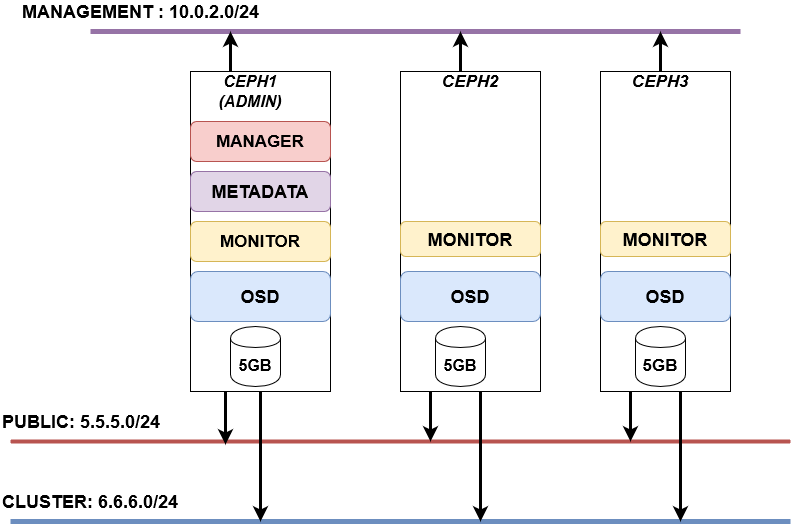
This is Linux/CEPH/img/cephdiagram.png from nthung98/Tong_Hop_Note, a draw.io export, as it was before one commit. Source tidied: cells renumbered, new cells last; positions are measured from the earlier drawing's top-left corner, leaving out a move shared by most shapes. Its diagram source:
```xml
<mxGraphModel background="#ffffff">
  <root>
    <mxCell id="0" />
    <mxCell id="1" parent="0" />
    <mxCell id="2" style="rounded=0;whiteSpace=wrap;html=1;" parent="1" vertex="1">
      <mxGeometry x="190" y="70" width="140" height="320" as="geometry" />
    </mxCell>
    <mxCell id="3" style="rounded=0;whiteSpace=wrap;html=1;" parent="1" vertex="1">
      <mxGeometry x="400" y="70" width="140" height="320" as="geometry" />
    </mxCell>
    <mxCell id="4" style="rounded=0;whiteSpace=wrap;html=1;" parent="1" vertex="1">
      <mxGeometry x="600" y="70" width="130" height="320" as="geometry" />
    </mxCell>
    <mxCell id="5" value="&lt;font style=&quot;font-size: 18px&quot;&gt;&lt;b&gt;&lt;font style=&quot;font-size: 18px&quot;&gt;OSD&lt;/font&gt;&lt;/b&gt;&lt;/font&gt;" style="rounded=1;whiteSpace=wrap;html=1;fillColor=#dae8fc;strokeColor=#6c8ebf;" parent="1" vertex="1">
      <mxGeometry x="190" y="270" width="140" height="50" as="geometry" />
    </mxCell>
    <mxCell id="6" value="&lt;b&gt;&lt;font style=&quot;font-size: 18px&quot;&gt;OSD&lt;/font&gt;&lt;/b&gt;" style="rounded=1;whiteSpace=wrap;html=1;fillColor=#dae8fc;strokeColor=#6c8ebf;" parent="1" vertex="1">
      <mxGeometry x="400" y="270" width="140" height="50" as="geometry" />
    </mxCell>
    <mxCell id="7" value="&lt;b&gt;&lt;font style=&quot;font-size: 18px&quot;&gt;OSD&lt;/font&gt;&lt;/b&gt;" style="rounded=1;whiteSpace=wrap;html=1;fillColor=#dae8fc;strokeColor=#6c8ebf;" parent="1" vertex="1">
      <mxGeometry x="600" y="270" width="130" height="50" as="geometry" />
    </mxCell>
    <mxCell id="8" style="endArrow=none;html=1;strokeWidth=5;fillColor=#e1d5e7;strokeColor=#9673a6;" parent="1" edge="1">
      <mxGeometry relative="1" as="geometry">
        <mxPoint x="90" y="30" as="sourcePoint" />
        <mxPoint x="740" y="30" as="targetPoint" />
      </mxGeometry>
    </mxCell>
    <mxCell id="9" style="endArrow=none;html=1;strokeWidth=4;fillColor=#f8cecc;strokeColor=#b85450;" parent="1" edge="1">
      <mxGeometry relative="1" as="geometry">
        <mxPoint x="10" y="440" as="sourcePoint" />
        <mxPoint x="790" y="440" as="targetPoint" />
      </mxGeometry>
    </mxCell>
    <mxCell id="10" style="endArrow=none;html=1;strokeWidth=5;fillColor=#dae8fc;strokeColor=#6c8ebf;" parent="1" edge="1">
      <mxGeometry relative="1" as="geometry">
        <mxPoint x="10" y="520" as="sourcePoint" />
        <mxPoint x="790" y="520" as="targetPoint" />
      </mxGeometry>
    </mxCell>
    <mxCell id="11" value="&lt;b&gt;&lt;i&gt;&lt;font style=&quot;font-size: 16px&quot;&gt;CEPH1 (ADMIN)&lt;/font&gt;&lt;/i&gt;&lt;/b&gt;" style="text;html=1;strokeColor=none;fillColor=none;align=center;verticalAlign=middle;whiteSpace=wrap;rounded=0;" parent="1" vertex="1">
      <mxGeometry x="230" y="80" width="40" height="20" as="geometry" />
    </mxCell>
    <mxCell id="12" value="&lt;font style=&quot;font-size: 17px&quot;&gt;&lt;i&gt;&lt;b&gt;CEPH2&lt;/b&gt;&lt;/i&gt;&lt;/font&gt;" style="text;html=1;strokeColor=none;fillColor=none;align=center;verticalAlign=middle;whiteSpace=wrap;rounded=0;" parent="1" vertex="1">
      <mxGeometry x="450" y="70" width="40" height="20" as="geometry" />
    </mxCell>
    <mxCell id="13" value="&lt;font style=&quot;font-size: 17px&quot;&gt;&lt;i&gt;&lt;b&gt;CEPH3&lt;/b&gt;&lt;/i&gt;&lt;/font&gt;" style="text;html=1;strokeColor=none;fillColor=none;align=center;verticalAlign=middle;whiteSpace=wrap;rounded=0;" parent="1" vertex="1">
      <mxGeometry x="640" y="70" width="40" height="20" as="geometry" />
    </mxCell>
    <mxCell id="14" value="&lt;font style=&quot;font-size: 16px&quot;&gt;&lt;b&gt;5GB&lt;/b&gt;&lt;/font&gt;" style="shape=cylinder;whiteSpace=wrap;html=1;boundedLbl=1;backgroundOutline=1;" parent="1" vertex="1">
      <mxGeometry x="230" y="325" width="50" height="60" as="geometry" />
    </mxCell>
    <mxCell id="15" value="&lt;font style=&quot;font-size: 16px&quot;&gt;&lt;b&gt;5GB&lt;/b&gt;&lt;/font&gt;" style="shape=cylinder;whiteSpace=wrap;html=1;boundedLbl=1;backgroundOutline=1;" parent="1" vertex="1">
      <mxGeometry x="435" y="325" width="50" height="60" as="geometry" />
    </mxCell>
    <mxCell id="16" value="&lt;font style=&quot;font-size: 17px&quot;&gt;&lt;b&gt;5GB&lt;/b&gt;&lt;/font&gt;" style="shape=cylinder;whiteSpace=wrap;html=1;boundedLbl=1;backgroundOutline=1;" parent="1" vertex="1">
      <mxGeometry x="635" y="325" width="50" height="60" as="geometry" />
    </mxCell>
    <mxCell id="17" value="&lt;font style=&quot;font-size: 17px&quot;&gt;&lt;b&gt;MONITOR&lt;/b&gt;&lt;/font&gt;" style="rounded=1;whiteSpace=wrap;html=1;fillColor=#fff2cc;strokeColor=#d6b656;" parent="1" vertex="1">
      <mxGeometry x="190" y="220" width="140" height="40" as="geometry" />
    </mxCell>
    <mxCell id="18" value="&lt;font size=&quot;1&quot;&gt;&lt;b style=&quot;font-size: 18px&quot;&gt;MONITOR&lt;/b&gt;&lt;/font&gt;" style="rounded=1;whiteSpace=wrap;html=1;fillColor=#fff2cc;strokeColor=#d6b656;" parent="1" vertex="1">
      <mxGeometry x="400" y="220" width="140" height="35" as="geometry" />
    </mxCell>
    <mxCell id="19" value="&lt;b&gt;&lt;font style=&quot;font-size: 18px&quot;&gt;MONITOR&lt;/font&gt;&lt;/b&gt;" style="rounded=1;whiteSpace=wrap;html=1;fillColor=#fff2cc;strokeColor=#d6b656;" parent="1" vertex="1">
      <mxGeometry x="600" y="220" width="130" height="35" as="geometry" />
    </mxCell>
    <mxCell id="20" value="&lt;b&gt;&lt;font style=&quot;font-size: 18px&quot;&gt;METADATA &lt;/font&gt;&lt;/b&gt;" style="rounded=1;whiteSpace=wrap;html=1;fillColor=#e1d5e7;strokeColor=#9673a6;" parent="1" vertex="1">
      <mxGeometry x="190" y="170" width="140" height="40" as="geometry" />
    </mxCell>
    <mxCell id="21" value="&lt;font style=&quot;font-size: 17px&quot;&gt;&lt;b&gt;MANAGER&lt;/b&gt;&lt;/font&gt;" style="rounded=1;whiteSpace=wrap;html=1;fillColor=#f8cecc;strokeColor=#b85450;" parent="1" vertex="1">
      <mxGeometry x="190" y="120" width="140" height="40" as="geometry" />
    </mxCell>
    <mxCell id="22" value="&lt;div style=&quot;font-size: 18px&quot; align=&quot;left&quot;&gt;&lt;font style=&quot;font-size: 18px&quot;&gt;&lt;b&gt;MANAGEMENT : 10.0.2.0/24&lt;br&gt;&lt;/b&gt;&lt;/font&gt;&lt;/div&gt;" style="text;html=1;strokeColor=none;fillColor=none;align=left;verticalAlign=middle;whiteSpace=wrap;rounded=0;" parent="1" vertex="1">
      <mxGeometry x="20" width="430" height="20" as="geometry" />
    </mxCell>
    <mxCell id="23" value="&lt;font style=&quot;font-size: 18px&quot;&gt;&lt;b&gt;PUBLIC: 5.5.5.0/24&lt;br&gt;&lt;/b&gt;&lt;/font&gt;" style="text;html=1;strokeColor=none;fillColor=none;align=left;verticalAlign=middle;whiteSpace=wrap;rounded=0;" parent="1" vertex="1">
      <mxGeometry y="410" width="170" height="20" as="geometry" />
    </mxCell>
    <mxCell id="24" value="&lt;font style=&quot;font-size: 18px&quot;&gt;&lt;b&gt;CLUSTER: 6.6.6.0/24&lt;br&gt;&lt;/b&gt;&lt;/font&gt;" style="text;html=1;strokeColor=none;fillColor=none;align=left;verticalAlign=middle;whiteSpace=wrap;rounded=0;" parent="1" vertex="1">
      <mxGeometry y="490" width="360" height="20" as="geometry" />
    </mxCell>
    <mxCell id="25" style="endArrow=classic;html=1;strokeWidth=3;" parent="1" edge="1">
      <mxGeometry relative="1" as="geometry">
        <mxPoint x="225" y="390" as="sourcePoint" />
        <mxPoint x="225" y="443" as="targetPoint" />
      </mxGeometry>
    </mxCell>
    <mxCell id="26" style="endArrow=classic;html=1;strokeWidth=3;exitX=0.5;exitY=1;exitDx=0;exitDy=0;" parent="1" edge="1" source="2">
      <mxGeometry relative="1" as="geometry">
        <mxPoint x="260" y="520" as="targetPoint" />
      </mxGeometry>
    </mxCell>
    <mxCell id="27" style="endArrow=classic;html=1;strokeWidth=3;" parent="1" edge="1">
      <mxGeometry relative="1" as="geometry">
        <mxPoint x="430" y="390" as="sourcePoint" />
        <mxPoint x="430" y="440" as="targetPoint" />
      </mxGeometry>
    </mxCell>
    <mxCell id="28" style="endArrow=classic;html=1;strokeWidth=3;" parent="1" edge="1">
      <mxGeometry relative="1" as="geometry">
        <mxPoint x="480" y="390" as="sourcePoint" />
        <mxPoint x="480" y="520" as="targetPoint" />
      </mxGeometry>
    </mxCell>
    <mxCell id="29" style="endArrow=classic;html=1;strokeWidth=3;" parent="1" edge="1">
      <mxGeometry relative="1" as="geometry">
        <mxPoint x="630" y="390" as="sourcePoint" />
        <mxPoint x="630" y="440" as="targetPoint" />
      </mxGeometry>
    </mxCell>
    <mxCell id="30" style="endArrow=classic;html=1;strokeWidth=3;" parent="1" edge="1">
      <mxGeometry relative="1" as="geometry">
        <mxPoint x="680" y="390" as="sourcePoint" />
        <mxPoint x="680" y="520" as="targetPoint" />
      </mxGeometry>
    </mxCell>
    <mxCell id="31" style="endArrow=classic;html=1;strokeWidth=3;" parent="1" edge="1">
      <mxGeometry relative="1" as="geometry">
        <mxPoint x="230" y="70" as="sourcePoint" />
        <mxPoint x="230" y="30" as="targetPoint" />
      </mxGeometry>
    </mxCell>
    <mxCell id="32" style="endArrow=classic;html=1;strokeWidth=3;" parent="1" edge="1">
      <mxGeometry relative="1" as="geometry">
        <mxPoint x="460" y="70" as="sourcePoint" />
        <mxPoint x="460" y="30" as="targetPoint" />
      </mxGeometry>
    </mxCell>
    <mxCell id="33" style="endArrow=classic;html=1;strokeWidth=3;exitX=0.5;exitY=0;exitDx=0;exitDy=0;" parent="1" edge="1" source="13">
      <mxGeometry relative="1" as="geometry">
        <mxPoint x="660" y="30" as="targetPoint" />
      </mxGeometry>
    </mxCell>
  </root>
</mxGraphModel>
```
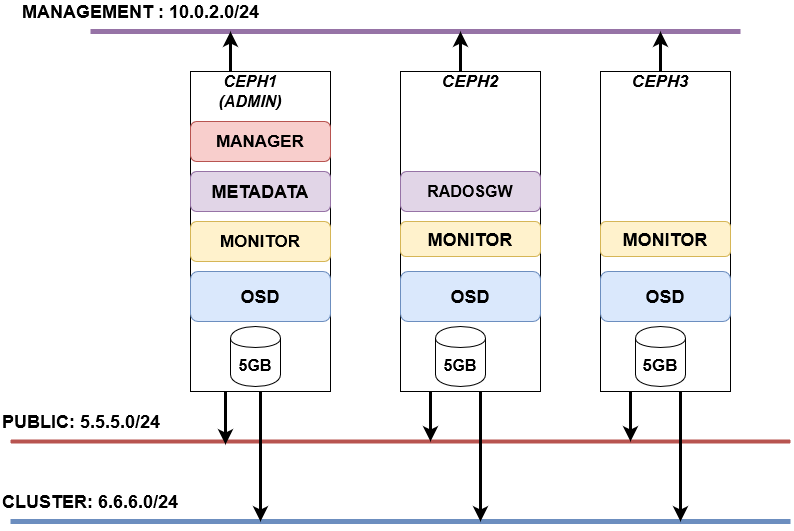
After the change.

Diff of the diagram source:
```diff
@@ -132,5 +132,8 @@
         <mxPoint x="660" y="30" as="targetPoint" />
       </mxGeometry>
     </mxCell>
+    <mxCell id="34" value="&lt;font style=&quot;font-size: 16px&quot;&gt;&lt;b&gt;RADOSGW&lt;/b&gt;&lt;/font&gt;" style="rounded=1;whiteSpace=wrap;html=1;fillColor=#e1d5e7;strokeColor=#9673a6;" parent="1" vertex="1">
+      <mxGeometry x="400" y="170" width="140" height="40" as="geometry" />
+    </mxCell>
   </root>
 </mxGraphModel>
```
